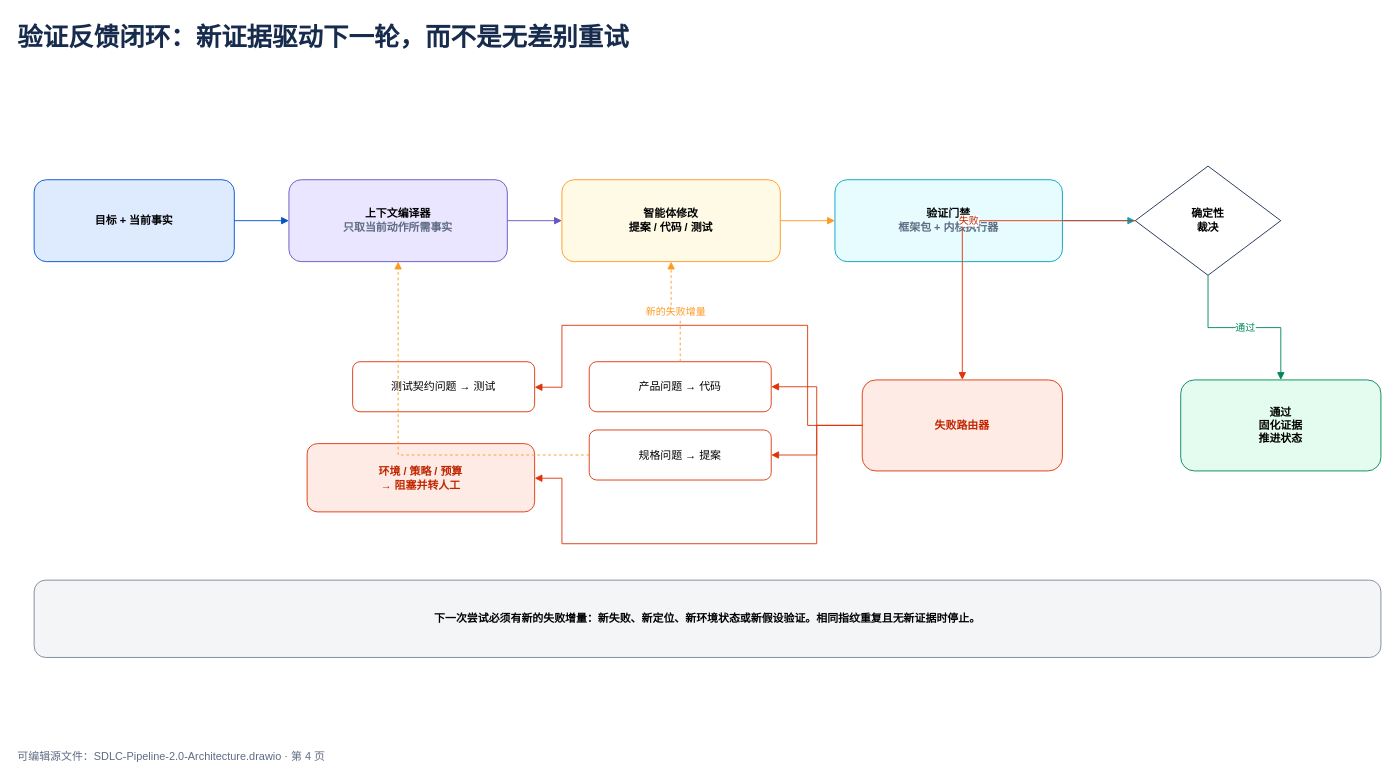
Above: page "04-验证反馈闭环" (4 of 4) of docs/v2.0/SDLC-Pipeline-2.0-Architecture.drawio in Gandufu/sdlc-factory (draw.io), before the change. Source tidied: cells renumbered, new cells numbered last; positions are measured from the earlier drawing's top-left corner, leaving out a move shared by most shapes. Both pictures are drawn from the tidied source at 91%, with x=0, y=0 at pixel (15, 15).
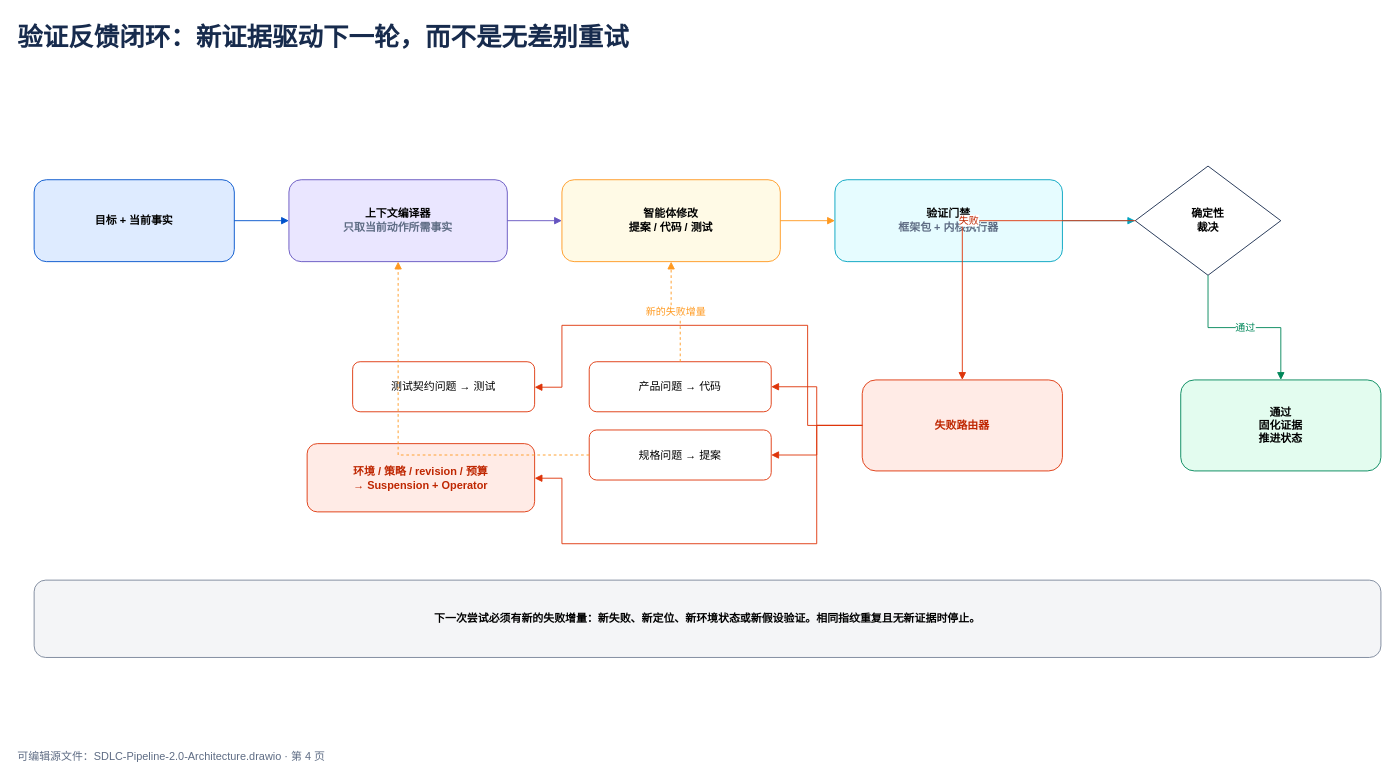
Above is the later version.

Change to the diagram source:
```diff
@@
-    <mxCell id="13" value="环境 / 策略 / 预算&lt;br&gt;→ 阻塞并转人工" style="rounded=1;whiteSpace=wrap;html=1;fillColor=#FFEBE6;strokeColor=#DE350B;fontStyle=1;fontColor=#BF2600;" parent="1" vertex="1">
+    <mxCell id="13" value="环境 / 策略 / revision / 预算&lt;br&gt;→ Suspension + Operator" style="rounded=1;whiteSpace=wrap;html=1;fillColor=#FFEBE6;strokeColor=#DE350B;fontStyle=1;fontColor=#BF2600;" parent="1" vertex="1">
       <mxGeometry x="320" y="470" width="250" height="75" as="geometry" />
     </mxCell>
```
